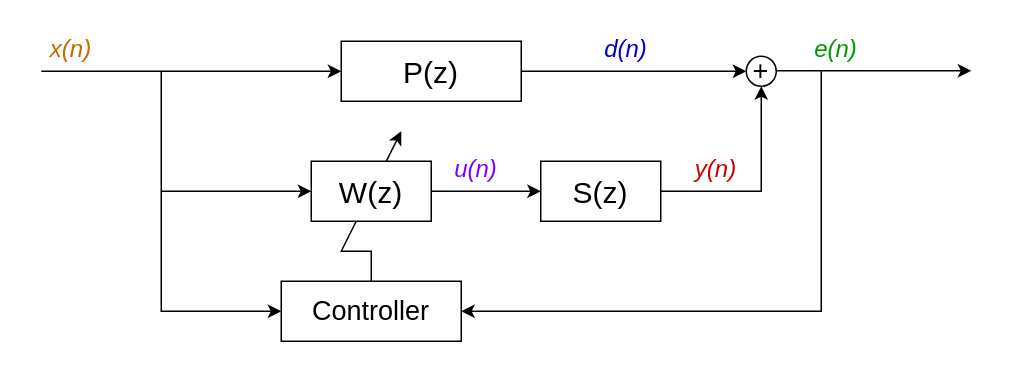
Aakee/ANC-figures keeps this draw.io diagram as blockdiagram_feedforward1.drawio. Above is the earlier version. Source tidied: cells renumbered, new cells numbered last; positions are measured from the earlier drawing's top-left corner, leaving out a move shared by most shapes. Both pictures are drawn from the tidied source at 150%, with x=0, y=0 at pixel (26, 26).
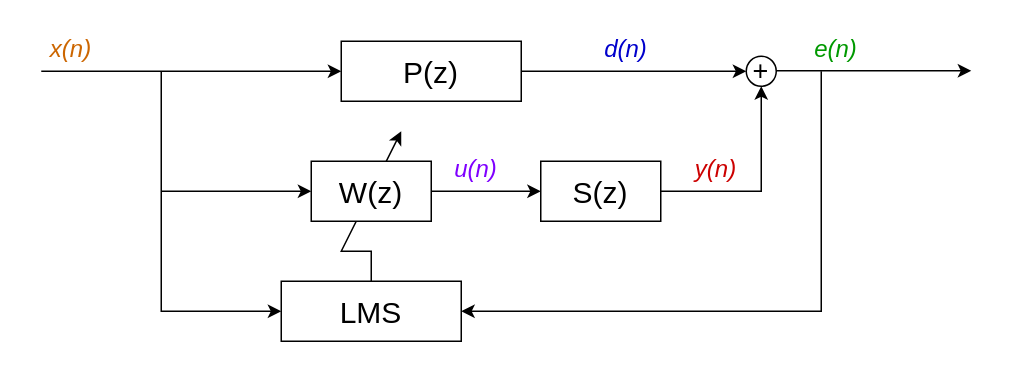
Above is the later version.

Change to the diagram source:
```diff
@@
-    <mxCell id="5" value="&lt;font style=&quot;font-size: 18px;&quot;&gt;Controller&lt;/font&gt;" style="rounded=0;whiteSpace=wrap;html=1;" parent="1" vertex="1">
+    <mxCell id="5" value="&lt;font style=&quot;font-size: 20px;&quot;&gt;LMS&lt;/font&gt;" style="rounded=0;whiteSpace=wrap;html=1;" parent="1" vertex="1">
       <mxGeometry x="170" y="170" width="120" height="40" as="geometry" />
     </mxCell>
```
